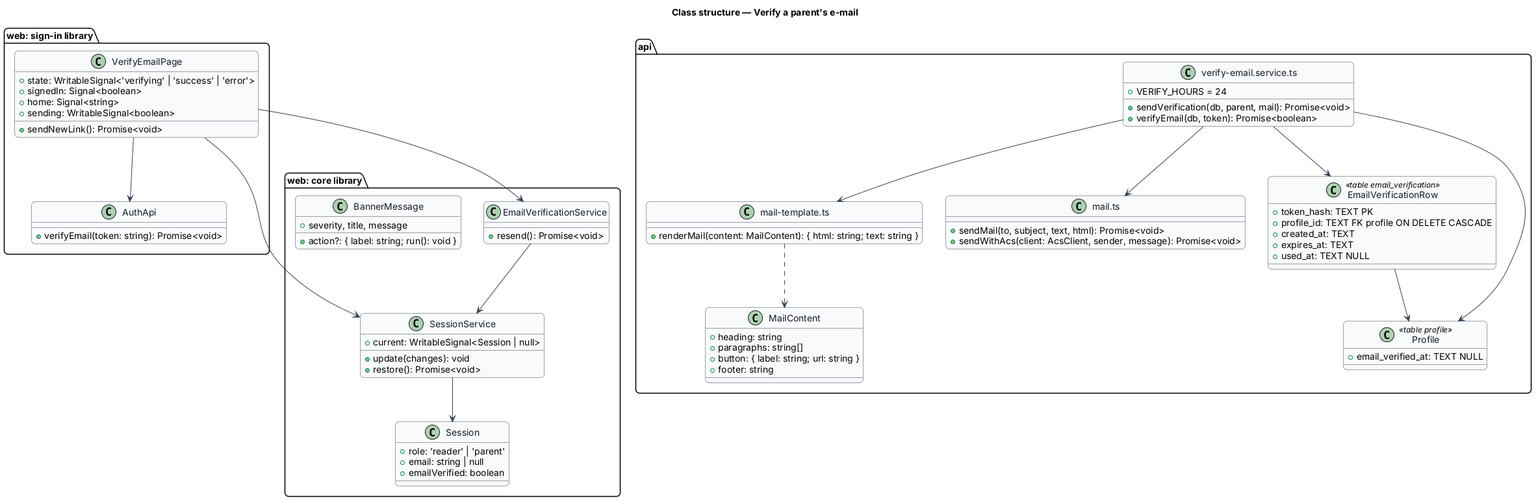
Above: docs/detailed-designs/sign-in/verify-email/diagrams/class-structure.png in QuinntyneBrown/shelfie (PlantUML), before the change.
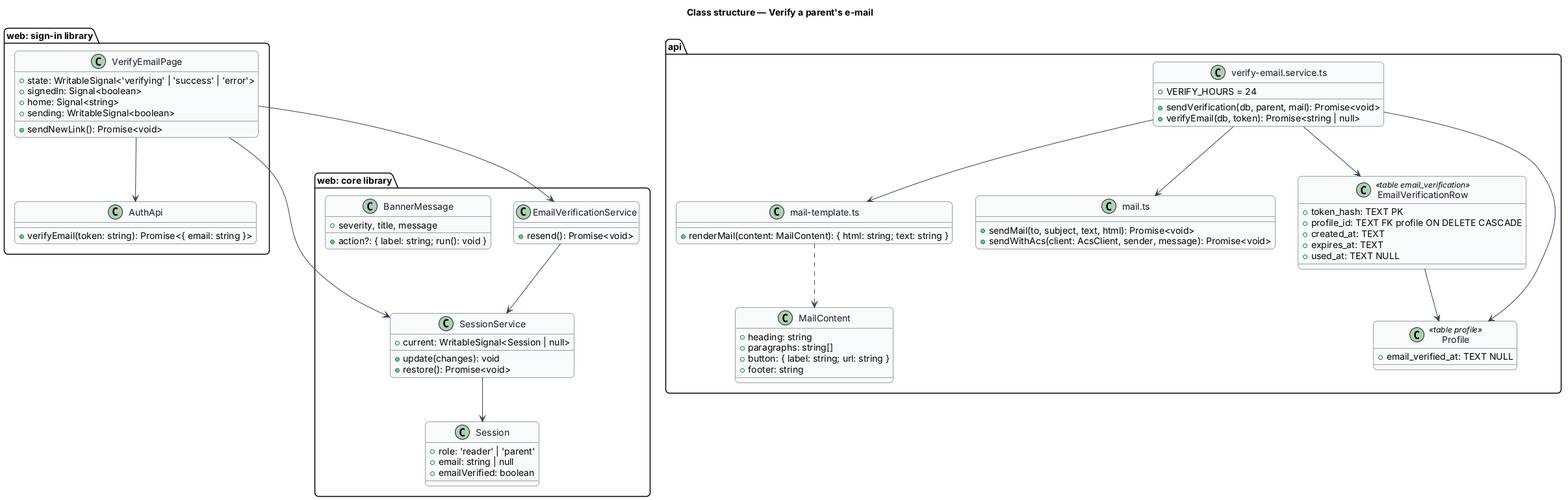
After the change.

Commit message:
Docs: verify-email built; estimates at their true percent; deferred list now has re-verifying a changed e-mail

Diff of the diagram source:
```diff
@@ -20,7 +20,7 @@
     +sendNewLink(): Promise<void>
   }
   class AuthApi {
-    +verifyEmail(token: string): Promise<void>
+    +verifyEmail(token: string): Promise<{ email: string }>
   }
 }
 package "web: core library" {
@@ -46,7 +46,7 @@
   class "verify-email.service.ts" as VerifyService {
     +VERIFY_HOURS = 24
     +sendVerification(db, parent, mail): Promise<void>
-    +verifyEmail(db, token): Promise<boolean>
+    +verifyEmail(db, token): Promise<string | null>
   }
   class "mail-template.ts" as Template {
     +renderMail(content: MailContent): { html: string; text: string }
```
